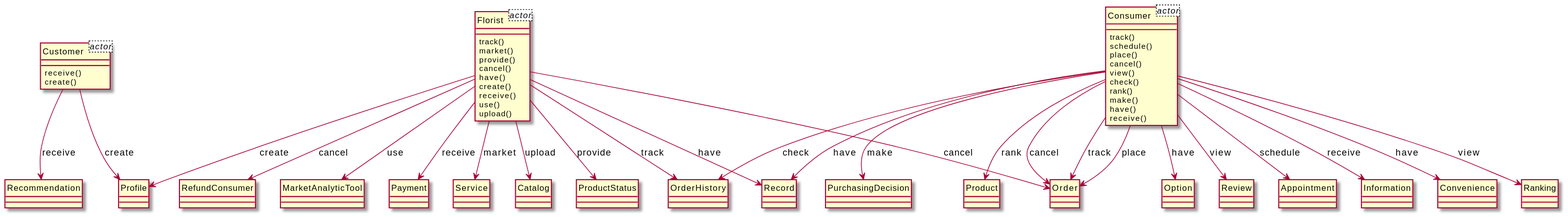
This is output/diagram_5/2014-USC-Project04.svg from xixixhalu/DomainModelExtractor, a PlantUML export, as it was before one commit. The source it was exported from:
```plantuml
@startuml
hide circle
class Consumer<actor> {
}
class Florist<actor> {
}
class Customer<actor> {
}
class Consumer {
	track()
	schedule()
	place()
	cancel()
	view()
	check()
	rank()
	make()
	have()
	receive()
}
class Order {
}
class Option {
}
class Review {
}
class Florist {
	track()
	market()
	provide()
	cancel()
	have()
	create()
	receive()
	use()
	upload()
}
class Catalog {
}
class OrderHistory {
}
class Appointment {
}
class Information {
}
class Customer {
	receive()
	create()
}
class Profile {
}
class Payment {
}
class Convenience {
}
class Service {
}
class Record {
}
class Ranking {
}
class Recommendation {
}
class ProductStatus {
}
class PurchasingDecision {
}
class RefundConsumer {
}
class MarketAnalyticTool {
}
class Product {
}
Florist --> ProductStatus : provide
Florist --> Record : have
Consumer --> Ranking : view
Consumer --> Order : cancel
Florist --> Catalog : upload
Florist --> OrderHistory : track
Florist --> Order : cancel
Consumer --> PurchasingDecision : make
Consumer --> OrderHistory : check
Florist --> RefundConsumer : cancel
Consumer --> Appointment : schedule
Florist --> MarketAnalyticTool : use
Consumer --> Information : receive
Florist --> Service : market
Consumer --> Record : have
Consumer --> Order : track
Consumer --> Product : rank
Customer --> Profile : create
Florist --> Payment : receive
Consumer --> Convenience : have
Consumer --> Order : place
Consumer --> Option : have
Customer --> Recommendation : receive
Consumer --> Review : view
Florist --> Profile : create
@enduml
```
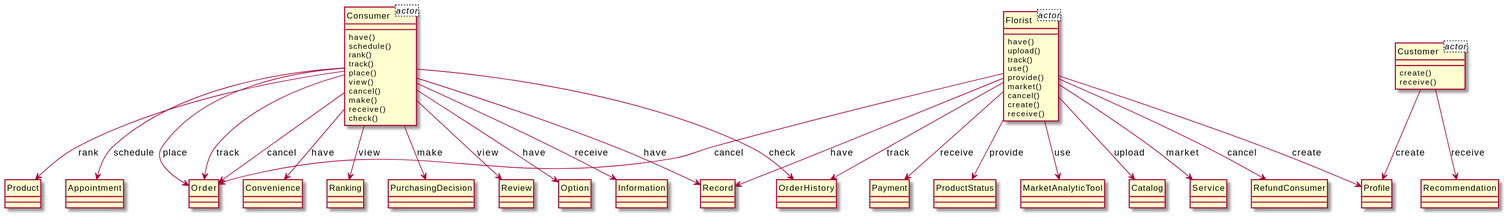
After the commit.

What changed in the source:
```diff
@@ -7,93 +7,93 @@
 class Customer<actor> {
 }
 class Consumer {
+	have()
+	schedule()
+	rank()
 	track()
-	schedule()
 	place()
+	view()
 	cancel()
-	view()
+	make()
+	receive()
 	check()
-	rank()
-	make()
+}
+class Appointment {
+}
+class Record {
+}
+class Florist {
 	have()
+	upload()
+	track()
+	use()
+	provide()
+	market()
+	cancel()
+	create()
 	receive()
 }
 class Order {
 }
-class Option {
+class Convenience {
+}
+class Ranking {
+}
+class Service {
+}
+class PurchasingDecision {
+}
+class RefundConsumer {
 }
 class Review {
-}
-class Florist {
-	track()
-	market()
-	provide()
-	cancel()
-	have()
-	create()
-	receive()
-	use()
-	upload()
-}
-class Catalog {
-}
-class OrderHistory {
-}
-class Appointment {
-}
-class Information {
-}
-class Customer {
-	receive()
-	create()
 }
 class Profile {
 }
 class Payment {
 }
-class Convenience {
+class OrderHistory {
 }
-class Service {
+class ProductStatus {
 }
-class Record {
+class Option {
 }
-class Ranking {
+class MarketAnalyticTool {
+}
+class Information {
+}
+class Customer {
+	create()
+	receive()
 }
 class Recommendation {
 }
-class ProductStatus {
-}
-class PurchasingDecision {
-}
-class RefundConsumer {
-}
-class MarketAnalyticTool {
-}
 class Product {
 }
+class Catalog {
+}
+Florist --> Order : cancel
 Florist --> ProductStatus : provide
 Florist --> Record : have
+Customer --> Recommendation : receive
+Consumer --> Convenience : have
+Consumer --> Option : have
+Customer --> Profile : create
 Consumer --> Ranking : view
+Consumer --> Product : rank
+Florist --> Service : market
+Consumer --> Order : place
+Consumer --> OrderHistory : check
+Florist --> Payment : receive
+Consumer --> PurchasingDecision : make
+Florist --> OrderHistory : track
+Florist --> Catalog : upload
+Consumer --> Order : track
 Consumer --> Order : cancel
-Florist --> Catalog : upload
-Florist --> OrderHistory : track
-Florist --> Order : cancel
-Consumer --> PurchasingDecision : make
-Consumer --> OrderHistory : check
 Florist --> RefundConsumer : cancel
+Consumer --> Review : view
+Florist --> Profile : create
 Consumer --> Appointment : schedule
+Consumer --> Record : have
 Florist --> MarketAnalyticTool : use
 Consumer --> Information : receive
-Florist --> Service : market
-Consumer --> Record : have
-Consumer --> Order : track
-Consumer --> Product : rank
-Customer --> Profile : create
-Florist --> Payment : receive
-Consumer --> Convenience : have
-Consumer --> Order : place
-Consumer --> Option : have
-Customer --> Recommendation : receive
-Consumer --> Review : view
-Florist --> Profile : create
 @enduml
```
